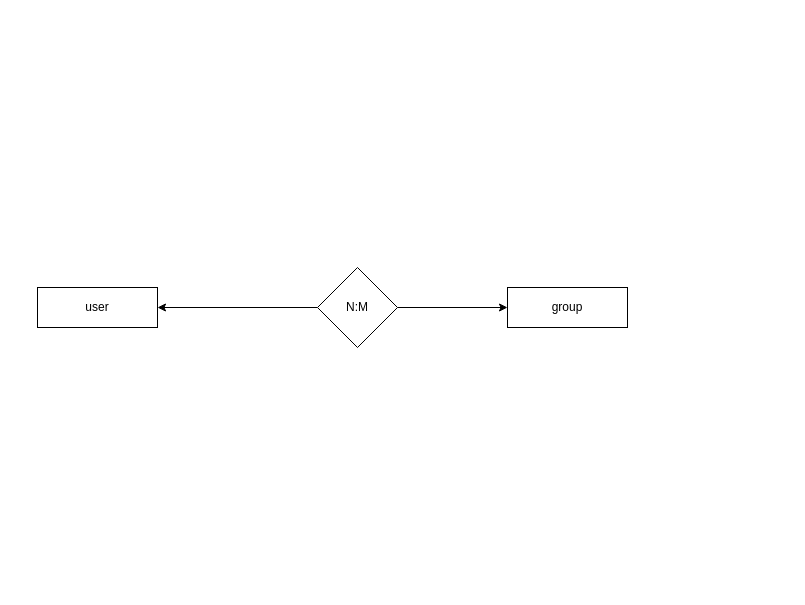
This is Proyecto/Diagramas/routes-aed_entity-relations-diagram.drawio from PeterMartEsc/ETS, a draw.io file, before an edit. Source tidied: cells renumbered, new cells numbered last; positions are measured from the earlier drawing's top-left corner, leaving out a move shared by most shapes. Both pictures are drawn from the tidied source at 100%, with x=0, y=0 at pixel (37, 267).
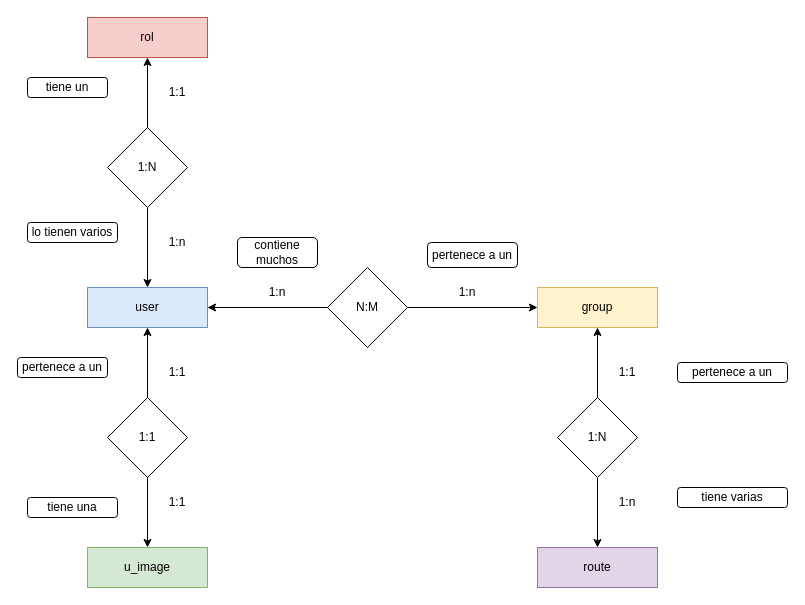
Above is the later version.

Diff of the diagram source:
```diff
@@
     <mxCell id="4" value="N:M" style="rhombus;whiteSpace=wrap;html=1;" parent="1" vertex="1">
-      <mxGeometry x="280" width="80" height="80" as="geometry" />
+      <mxGeometry x="290" width="80" height="80" as="geometry" />
     </mxCell>
-    <mxCell id="5" value="user" style="rounded=0;whiteSpace=wrap;html=1;" parent="1" vertex="1">
-      <mxGeometry y="20" width="120" height="40" as="geometry" />
+    <mxCell id="5" value="user" style="rounded=0;whiteSpace=wrap;html=1;fillColor=#dae8fc;strokeColor=#6c8ebf;" parent="1" vertex="1">
+      <mxGeometry x="50" y="20" width="120" height="40" as="geometry" />
     </mxCell>
-    <mxCell id="6" value="group" style="rounded=0;whiteSpace=wrap;html=1;" parent="1" vertex="1">
-      <mxGeometry x="470" y="20" width="120" height="40" as="geometry" />
+    <mxCell id="6" value="group" style="rounded=0;whiteSpace=wrap;html=1;fillColor=#fff2cc;strokeColor=#d6b656;" parent="1" vertex="1">
+      <mxGeometry x="500" y="20" width="120" height="40" as="geometry" />
     </mxCell>
+    <mxCell id="7" value="1:n" style="text;html=1;align=center;verticalAlign=middle;whiteSpace=wrap;rounded=0;" parent="1" vertex="1">
+      <mxGeometry x="210" y="10" width="60" height="30" as="geometry" />
+    </mxCell>
+    <mxCell id="8" value="1:n" style="text;html=1;align=center;verticalAlign=middle;whiteSpace=wrap;rounded=0;" parent="1" vertex="1">
+      <mxGeometry x="400" y="10" width="60" height="30" as="geometry" />
+    </mxCell>
+    <mxCell id="9" value="route" style="rounded=0;whiteSpace=wrap;html=1;fillColor=#e1d5e7;strokeColor=#9673a6;" parent="1" vertex="1">
+      <mxGeometry x="500" y="280" width="120" height="40" as="geometry" />
+    </mxCell>
+    <mxCell id="10" style="edgeStyle=orthogonalEdgeStyle;rounded=0;jettySize=auto;html=1;exitX=0.5;exitY=0;exitDx=0;exitDy=0;entryX=0.5;entryY=1;entryDx=0;entryDy=0;" parent="1" edge="1" source="12" target="6">
+      <mxGeometry relative="1" as="geometry" />
+    </mxCell>
+    <mxCell id="11" style="edgeStyle=orthogonalEdgeStyle;rounded=0;jettySize=auto;html=1;exitX=0.5;exitY=1;exitDx=0;exitDy=0;entryX=0.5;entryY=0;entryDx=0;entryDy=0;" parent="1" edge="1" source="12" target="9">
+      <mxGeometry relative="1" as="geometry" />
+    </mxCell>
+    <mxCell id="12" value="1:N" style="rhombus;whiteSpace=wrap;html=1;" parent="1" vertex="1">
+      <mxGeometry x="520" y="130" width="80" height="80" as="geometry" />
+    </mxCell>
+    <mxCell id="13" value="1:n" style="text;html=1;align=center;verticalAlign=middle;whiteSpace=wrap;rounded=0;" parent="1" vertex="1">
+      <mxGeometry x="560" y="220" width="60" height="30" as="geometry" />
+    </mxCell>
+    <mxCell id="14" value="1:1" style="text;html=1;align=center;verticalAlign=middle;whiteSpace=wrap;rounded=0;" parent="1" vertex="1">
+      <mxGeometry x="560" y="90" width="60" height="30" as="geometry" />
+    </mxCell>
+    <mxCell id="15" value="u&lt;span style=&quot;background-color: initial;&quot;&gt;_image&lt;/span&gt;" style="rounded=0;whiteSpace=wrap;html=1;fillColor=#d5e8d4;strokeColor=#82b366;" parent="1" vertex="1">
+      <mxGeometry x="50" y="280" width="120" height="40" as="geometry" />
+    </mxCell>
+    <mxCell id="16" style="edgeStyle=orthogonalEdgeStyle;rounded=0;jettySize=auto;html=1;exitX=0.5;exitY=0;exitDx=0;exitDy=0;entryX=0.5;entryY=1;entryDx=0;entryDy=0;" parent="1" edge="1" source="18" target="5">
+      <mxGeometry relative="1" as="geometry" />
+    </mxCell>
+    <mxCell id="17" style="edgeStyle=orthogonalEdgeStyle;rounded=0;jettySize=auto;html=1;exitX=0.5;exitY=1;exitDx=0;exitDy=0;entryX=0.5;entryY=0;entryDx=0;entryDy=0;" parent="1" edge="1" source="18" target="15">
+      <mxGeometry relative="1" as="geometry" />
+    </mxCell>
+    <mxCell id="18" value="1:1" style="rhombus;whiteSpace=wrap;html=1;" parent="1" vertex="1">
+      <mxGeometry x="70" y="130" width="80" height="80" as="geometry" />
+    </mxCell>
+    <mxCell id="19" value="1:1" style="text;html=1;align=center;verticalAlign=middle;whiteSpace=wrap;rounded=0;" parent="1" vertex="1">
+      <mxGeometry x="110" y="90" width="60" height="30" as="geometry" />
+    </mxCell>
+    <mxCell id="20" value="1:1" style="text;html=1;align=center;verticalAlign=middle;whiteSpace=wrap;rounded=0;" parent="1" vertex="1">
+      <mxGeometry x="110" y="220" width="60" height="30" as="geometry" />
+    </mxCell>
+    <mxCell id="21" value="rol" style="rounded=0;whiteSpace=wrap;html=1;fillColor=#f8cecc;strokeColor=#b85450;" parent="1" vertex="1">
+      <mxGeometry x="50" y="-250" width="120" height="40" as="geometry" />
+    </mxCell>
+    <mxCell id="22" style="edgeStyle=orthogonalEdgeStyle;rounded=0;jettySize=auto;html=1;exitX=0.5;exitY=0;exitDx=0;exitDy=0;entryX=0.5;entryY=1;entryDx=0;entryDy=0;" parent="1" edge="1" source="24" target="21">
+      <mxGeometry relative="1" as="geometry" />
+    </mxCell>
+    <mxCell id="23" style="edgeStyle=orthogonalEdgeStyle;rounded=0;jettySize=auto;html=1;exitX=0.5;exitY=1;exitDx=0;exitDy=0;entryX=0.5;entryY=0;entryDx=0;entryDy=0;" parent="1" edge="1" source="24" target="5">
+      <mxGeometry relative="1" as="geometry" />
+    </mxCell>
+    <mxCell id="24" value="1:N" style="rhombus;whiteSpace=wrap;html=1;" parent="1" vertex="1">
+      <mxGeometry x="70" y="-140" width="80" height="80" as="geometry" />
+    </mxCell>
+    <mxCell id="25" value="1:1" style="text;html=1;align=center;verticalAlign=middle;whiteSpace=wrap;rounded=0;" parent="1" vertex="1">
+      <mxGeometry x="110" y="-190" width="60" height="30" as="geometry" />
+    </mxCell>
+    <mxCell id="26" value="1:n" style="text;html=1;align=center;verticalAlign=middle;whiteSpace=wrap;rounded=0;" parent="1" vertex="1">
+      <mxGeometry x="110" y="-40" width="60" height="30" as="geometry" />
+    </mxCell>
+    <mxCell id="27" value="pertenece a un" style="rounded=1;whiteSpace=wrap;html=1;" parent="1" vertex="1">
+      <mxGeometry x="390" y="-25" width="90" height="25" as="geometry" />
+    </mxCell>
+    <mxCell id="28" value="contiene muchos" style="rounded=1;whiteSpace=wrap;html=1;" parent="1" vertex="1">
+      <mxGeometry x="200" y="-30" width="80" height="30" as="geometry" />
+    </mxCell>
+    <mxCell id="29" value="tiene un" style="rounded=1;whiteSpace=wrap;html=1;" parent="1" vertex="1">
+      <mxGeometry x="-10" y="-190" width="80" height="20" as="geometry" />
+    </mxCell>
+    <mxCell id="30" value="lo tienen varios" style="rounded=1;whiteSpace=wrap;html=1;" parent="1" vertex="1">
+      <mxGeometry x="-10" y="-45" width="90" height="20" as="geometry" />
+    </mxCell>
+    <mxCell id="31" value="tiene una" style="rounded=1;whiteSpace=wrap;html=1;" parent="1" vertex="1">
+      <mxGeometry x="-10" y="230" width="90" height="20" as="geometry" />
+    </mxCell>
+    <mxCell id="32" value="pertenece a un" style="rounded=1;whiteSpace=wrap;html=1;" parent="1" vertex="1">
+      <mxGeometry x="-20" y="90" width="90" height="20" as="geometry" />
+    </mxCell>
+    <mxCell id="33" value="pertenece a un" style="rounded=1;whiteSpace=wrap;html=1;" parent="1" vertex="1">
+      <mxGeometry x="640" y="95" width="110" height="20" as="geometry" />
+    </mxCell>
+    <mxCell id="34" value="tiene varias" style="rounded=1;whiteSpace=wrap;html=1;" parent="1" vertex="1">
+      <mxGeometry x="640" y="220" width="110" height="20" as="geometry" />
+    </mxCell>
```
